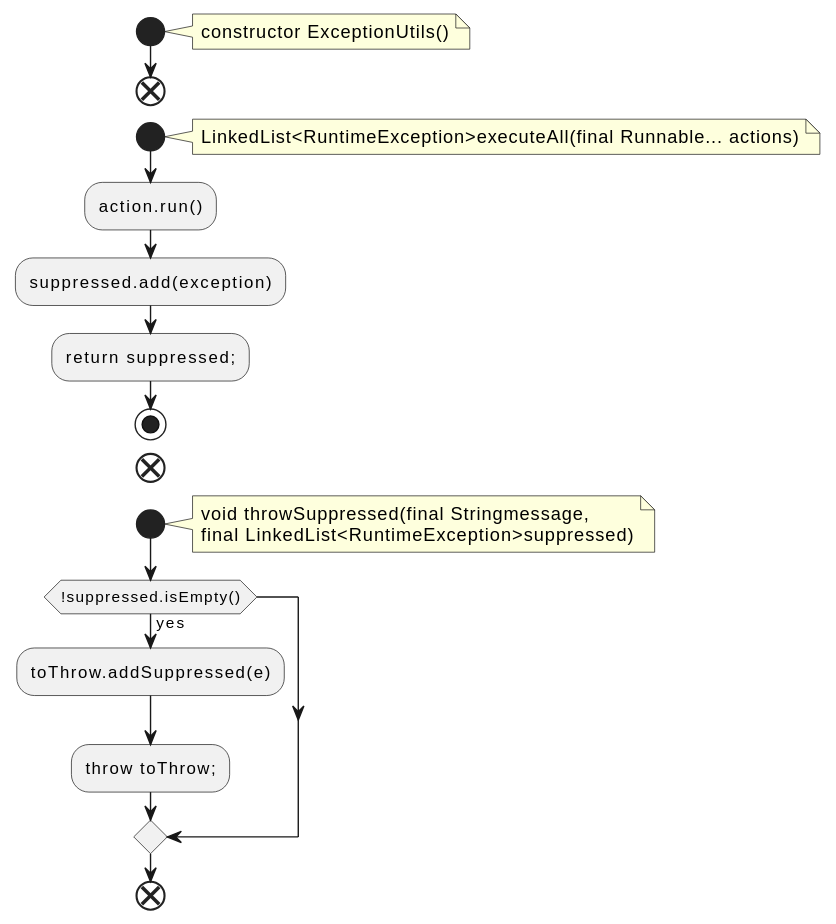
The PlantUML diagram docs/qc/streams/src/main/java/org/apache/kafka/streams/state/internals/ExceptionUtils.java.fct.svg in qualitesys/kafka, before a commit.
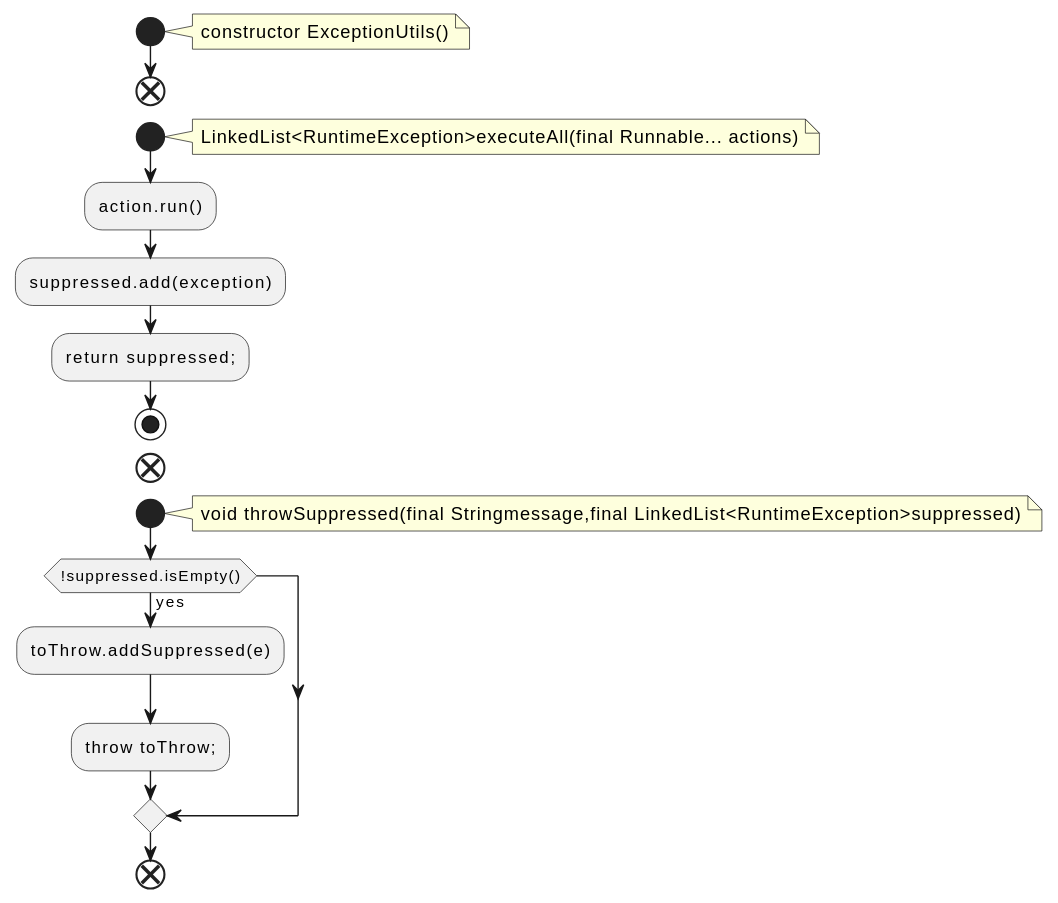
The same diagram one commit later.

Change to the diagram source:
```diff
@@ -16,8 +16,7 @@
 end
 start
 note right
-void throwSuppressed(final Stringmessage,
-final LinkedList<RuntimeException>suppressed)
+void throwSuppressed(final Stringmessage,final LinkedList<RuntimeException>suppressed)
 end note
 if (!suppressed.isEmpty()) then (yes)
 :toThrow.addSuppressed(e);
```
